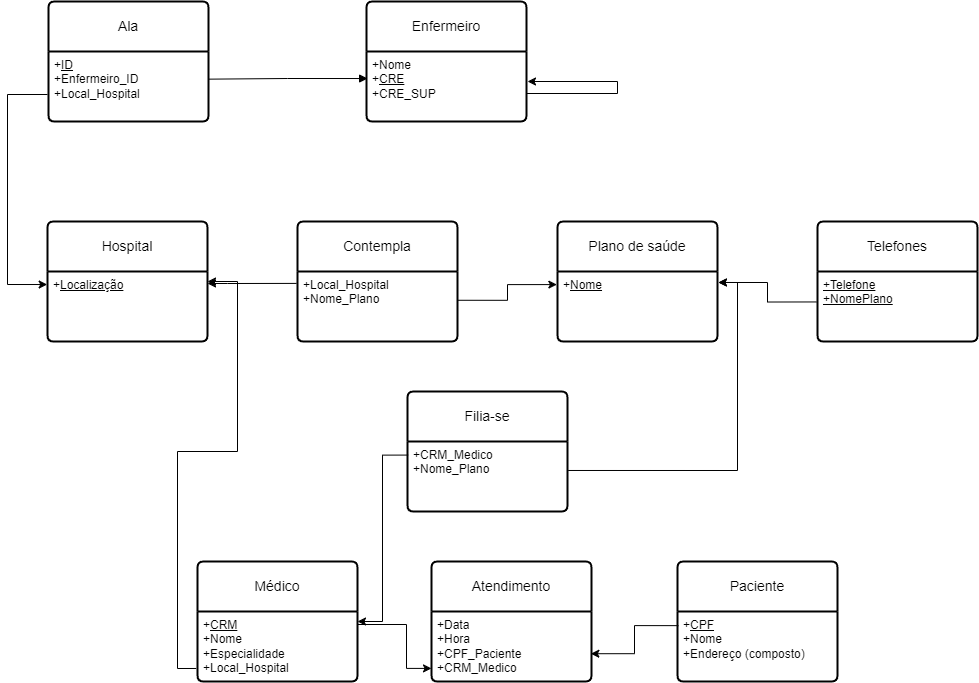
Earlier version of the draw.io export esquema logico exerc1.drawio.png (VitorFonseca123/ExerciciosACH2004_BD). Source tidied: cells renumbered, new cells last; positions are measured from the earlier drawing's top-left corner, leaving out a move shared by most shapes.
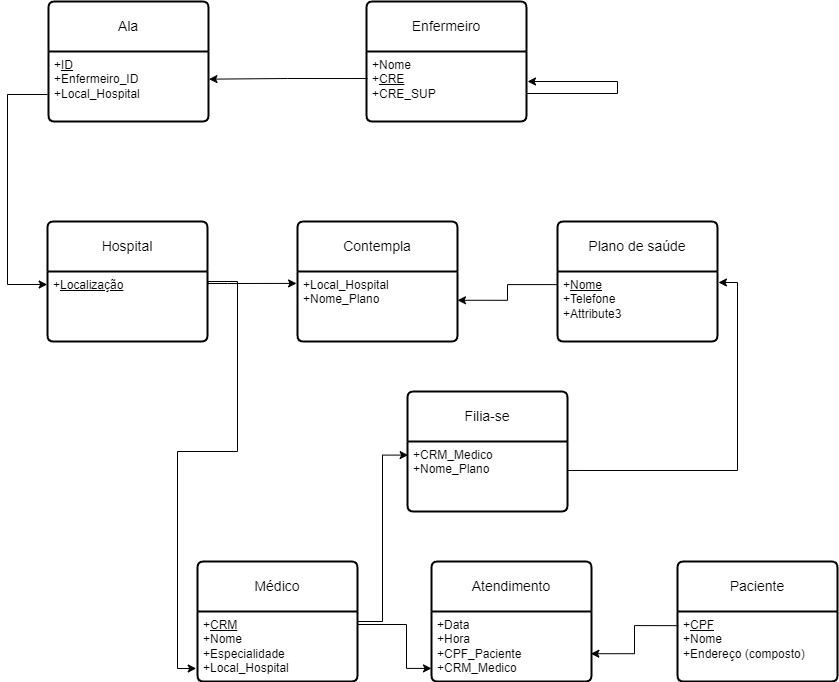
The same diagram one commit later.

Change to the diagram source:
```diff
@@ -23,7 +23,7 @@
     <mxCell id="8" value="Plano de saúde" style="swimlane;horizontal=1;startSize=50;rounded=1;fontSize=14;fontStyle=0;strokeWidth=2;shadow=0;dashed=0;align=center;arcSize=4;whiteSpace=wrap;html=1;" parent="1" vertex="1">
       <mxGeometry x="550" y="220" width="160" height="120" as="geometry" />
     </mxCell>
-    <mxCell id="9" value="+&lt;u&gt;Nome&lt;/u&gt;&lt;br&gt;&lt;br&gt;" style="align=left;strokeColor=none;fillColor=none;spacingLeft=4;fontSize=12;verticalAlign=top;html=1;" parent="8" vertex="1">
+    <mxCell id="9" value="+&lt;u&gt;Nome&lt;/u&gt;&lt;br&gt;+Telefone&lt;br&gt;+Attribute3" style="align=left;strokeColor=none;fillColor=none;spacingLeft=4;fontSize=12;verticalAlign=top;html=1;" parent="8" vertex="1">
       <mxGeometry y="50" width="160" height="70" as="geometry" />
     </mxCell>
     <mxCell id="10" value="Médico" style="swimlane;horizontal=1;startSize=50;rounded=1;fontSize=14;fontStyle=0;strokeWidth=2;shadow=0;dashed=0;align=center;arcSize=4;whiteSpace=wrap;html=1;" parent="1" vertex="1">
@@ -38,7 +38,7 @@
     <mxCell id="13" value="+&lt;u&gt;CPF&lt;/u&gt;&lt;br&gt;+Nome&lt;br&gt;+Endereço (composto)" style="align=left;strokeColor=none;fillColor=none;spacingLeft=4;fontSize=12;verticalAlign=top;html=1;" parent="12" vertex="1">
       <mxGeometry y="50" width="160" height="70" as="geometry" />
     </mxCell>
-    <mxCell id="14" style="edgeStyle=orthogonalEdgeStyle;rounded=0;jettySize=auto;html=1;exitX=0.007;exitY=0.386;exitDx=0;exitDy=0;entryX=1.003;entryY=0.395;entryDx=0;entryDy=0;entryPerimeter=0;exitPerimeter=0;startArrow=block;startFill=1;endArrow=none;endFill=0;" parent="1" edge="1" source="3" target="5">
+    <mxCell id="14" style="edgeStyle=orthogonalEdgeStyle;rounded=0;jettySize=auto;html=1;exitX=0.007;exitY=0.386;exitDx=0;exitDy=0;entryX=1.003;entryY=0.395;entryDx=0;entryDy=0;entryPerimeter=0;exitPerimeter=0;" parent="1" edge="1" source="3" target="5">
       <mxGeometry relative="1" as="geometry" />
     </mxCell>
     <mxCell id="15" style="edgeStyle=orthogonalEdgeStyle;rounded=0;orthogonalLoop=1;jettySize=auto;html=1;" parent="1" edge="1">
@@ -89,7 +89,7 @@
     <mxCell id="24" style="edgeStyle=orthogonalEdgeStyle;rounded=0;orthogonalLoop=1;jettySize=auto;html=1;exitX=0.5;exitY=1;exitDx=0;exitDy=0;" parent="21" edge="1" source="22" target="22">
       <mxGeometry relative="1" as="geometry" />
     </mxCell>
-    <mxCell id="25" style="edgeStyle=orthogonalEdgeStyle;rounded=0;jettySize=auto;html=1;entryX=-0.006;entryY=0.17;entryDx=0;entryDy=0;entryPerimeter=0;startArrow=classic;startFill=1;endArrow=none;endFill=0;" parent="1" edge="1" source="7" target="22">
+    <mxCell id="25" style="edgeStyle=orthogonalEdgeStyle;rounded=0;jettySize=auto;html=1;entryX=-0.006;entryY=0.17;entryDx=0;entryDy=0;entryPerimeter=0;" parent="1" edge="1" source="7" target="22">
       <mxGeometry relative="1" as="geometry">
         <Array as="points">
           <mxPoint x="220" y="282" />
@@ -97,12 +97,13 @@
         </Array>
       </mxGeometry>
     </mxCell>
-    <mxCell id="26" style="edgeStyle=orthogonalEdgeStyle;rounded=0;jettySize=auto;html=1;exitX=-0.004;exitY=0.187;exitDx=0;exitDy=0;entryX=1;entryY=0.411;entryDx=0;entryDy=0;entryPerimeter=0;exitPerimeter=0;startArrow=classic;startFill=1;endArrow=none;endFill=0;" parent="1" edge="1" source="9" target="22">
+    <mxCell id="26" style="edgeStyle=orthogonalEdgeStyle;rounded=0;jettySize=auto;html=1;exitX=-0.004;exitY=0.187;exitDx=0;exitDy=0;entryX=1;entryY=0.411;entryDx=0;entryDy=0;entryPerimeter=0;exitPerimeter=0;" parent="1" edge="1" source="9" target="22">
       <mxGeometry relative="1" as="geometry" />
     </mxCell>
-    <mxCell id="27" style="edgeStyle=orthogonalEdgeStyle;rounded=0;jettySize=auto;html=1;entryX=-0.008;entryY=0.814;entryDx=0;entryDy=0;entryPerimeter=0;startArrow=classic;startFill=1;endArrow=none;endFill=0;exitX=1;exitY=0.5;exitDx=0;exitDy=0;" parent="1" edge="1" source="6" target="11">
+    <mxCell id="27" style="edgeStyle=orthogonalEdgeStyle;rounded=0;jettySize=auto;html=1;entryX=-0.008;entryY=0.814;entryDx=0;entryDy=0;entryPerimeter=0;exitX=1.003;exitY=0.181;exitDx=0;exitDy=0;exitPerimeter=0;" parent="1" edge="1" source="7" target="11">
       <mxGeometry relative="1" as="geometry">
         <Array as="points">
+          <mxPoint x="201" y="280" />
           <mxPoint x="230" y="280" />
           <mxPoint x="230" y="450" />
           <mxPoint x="170" y="450" />
@@ -116,7 +117,7 @@
     <mxCell id="29" value="+CRM_Medico&lt;br&gt;+Nome_Plano" style="align=left;strokeColor=none;fillColor=none;spacingLeft=4;fontSize=12;verticalAlign=top;html=1;" parent="28" vertex="1">
       <mxGeometry y="50" width="160" height="70" as="geometry" />
     </mxCell>
-    <mxCell id="30" style="edgeStyle=orthogonalEdgeStyle;rounded=0;jettySize=auto;html=1;entryX=0.004;entryY=0.194;entryDx=0;entryDy=0;entryPerimeter=0;startArrow=classic;startFill=1;endArrow=none;endFill=0;" parent="1" edge="1" source="11" target="29">
+    <mxCell id="30" style="edgeStyle=orthogonalEdgeStyle;rounded=0;jettySize=auto;html=1;entryX=0.004;entryY=0.194;entryDx=0;entryDy=0;entryPerimeter=0;" parent="1" edge="1" source="11" target="29">
       <mxGeometry relative="1" as="geometry">
         <Array as="points">
           <mxPoint x="375" y="620" />
@@ -127,14 +128,5 @@
     <mxCell id="31" style="edgeStyle=orthogonalEdgeStyle;rounded=0;jettySize=auto;html=1;exitX=1.004;exitY=0.414;exitDx=0;exitDy=0;entryX=1.006;entryY=0.157;entryDx=0;entryDy=0;entryPerimeter=0;exitPerimeter=0;" parent="1" edge="1" source="29" target="9">
       <mxGeometry relative="1" as="geometry" />
     </mxCell>
-    <mxCell id="32" value="Telefones" style="swimlane;horizontal=1;startSize=50;rounded=1;fontSize=14;fontStyle=0;strokeWidth=2;shadow=0;dashed=0;align=center;arcSize=4;whiteSpace=wrap;html=1;" parent="1" vertex="1">
-      <mxGeometry x="810" y="220" width="160" height="120" as="geometry" />
-    </mxCell>
-    <mxCell id="33" value="&lt;u&gt;+Telefone&lt;br&gt;+NomePlano&lt;br&gt;&lt;/u&gt;" style="align=left;strokeColor=none;fillColor=none;spacingLeft=4;fontSize=12;verticalAlign=top;html=1;" parent="32" vertex="1">
-      <mxGeometry y="50" width="160" height="70" as="geometry" />
-    </mxCell>
-    <mxCell id="34" style="edgeStyle=orthogonalEdgeStyle;rounded=0;jettySize=auto;html=1;exitX=-0.007;exitY=0.435;exitDx=0;exitDy=0;entryX=1.006;entryY=0.157;entryDx=0;entryDy=0;entryPerimeter=0;exitPerimeter=0;" parent="1" edge="1" source="33" target="9">
-      <mxGeometry relative="1" as="geometry" />
-    </mxCell>
   </root>
 </mxGraphModel>
```
